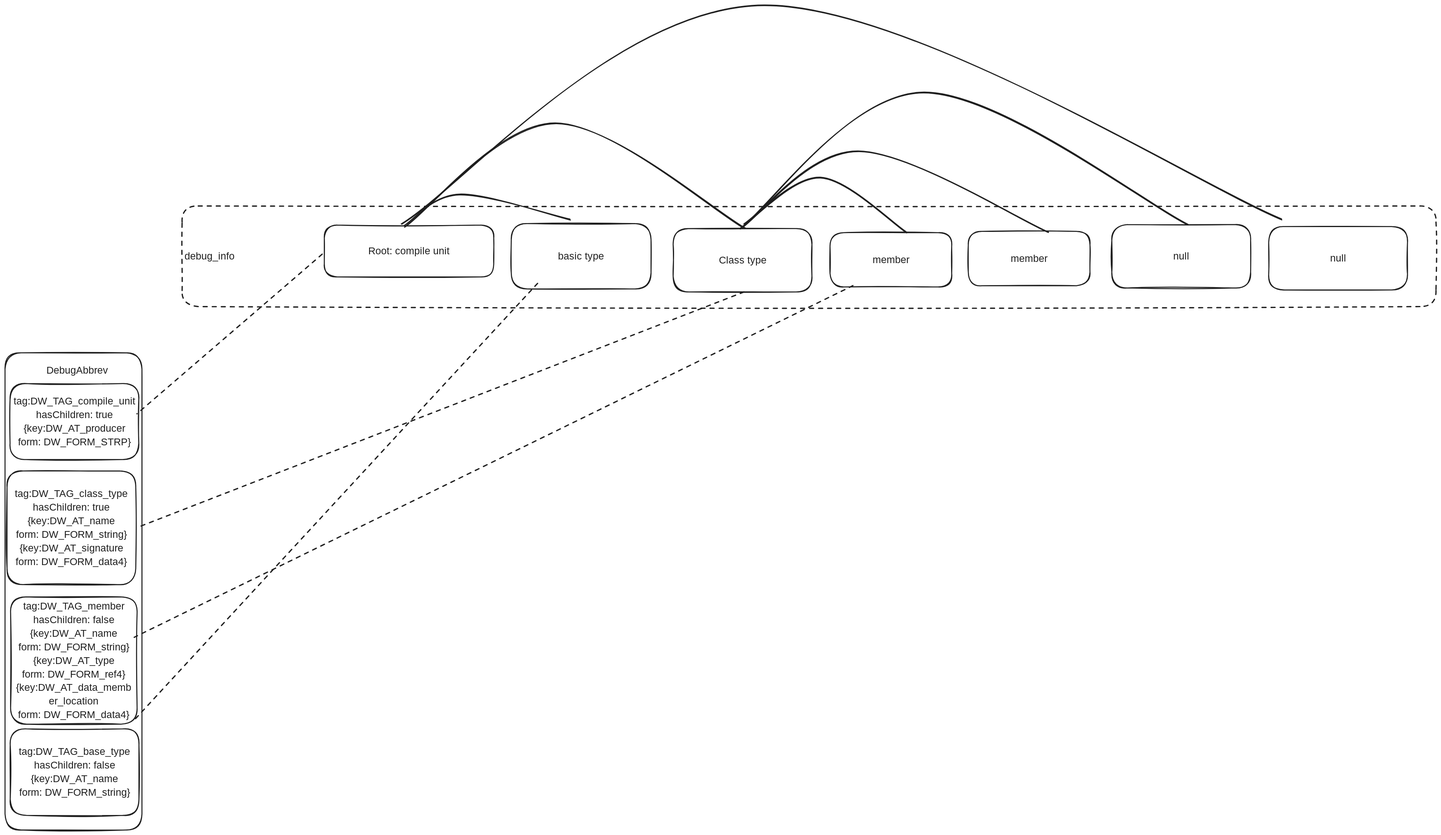
The Excalidraw diagram docs/tech/debug_symbol/debugSymbol.excalidraw.svg in wasm-ecosystem/warpo, before a commit. Source tidied: one line per element, renumbered; positions are measured from the earlier drawing's top-left corner, leaving out a move shared by most shapes.
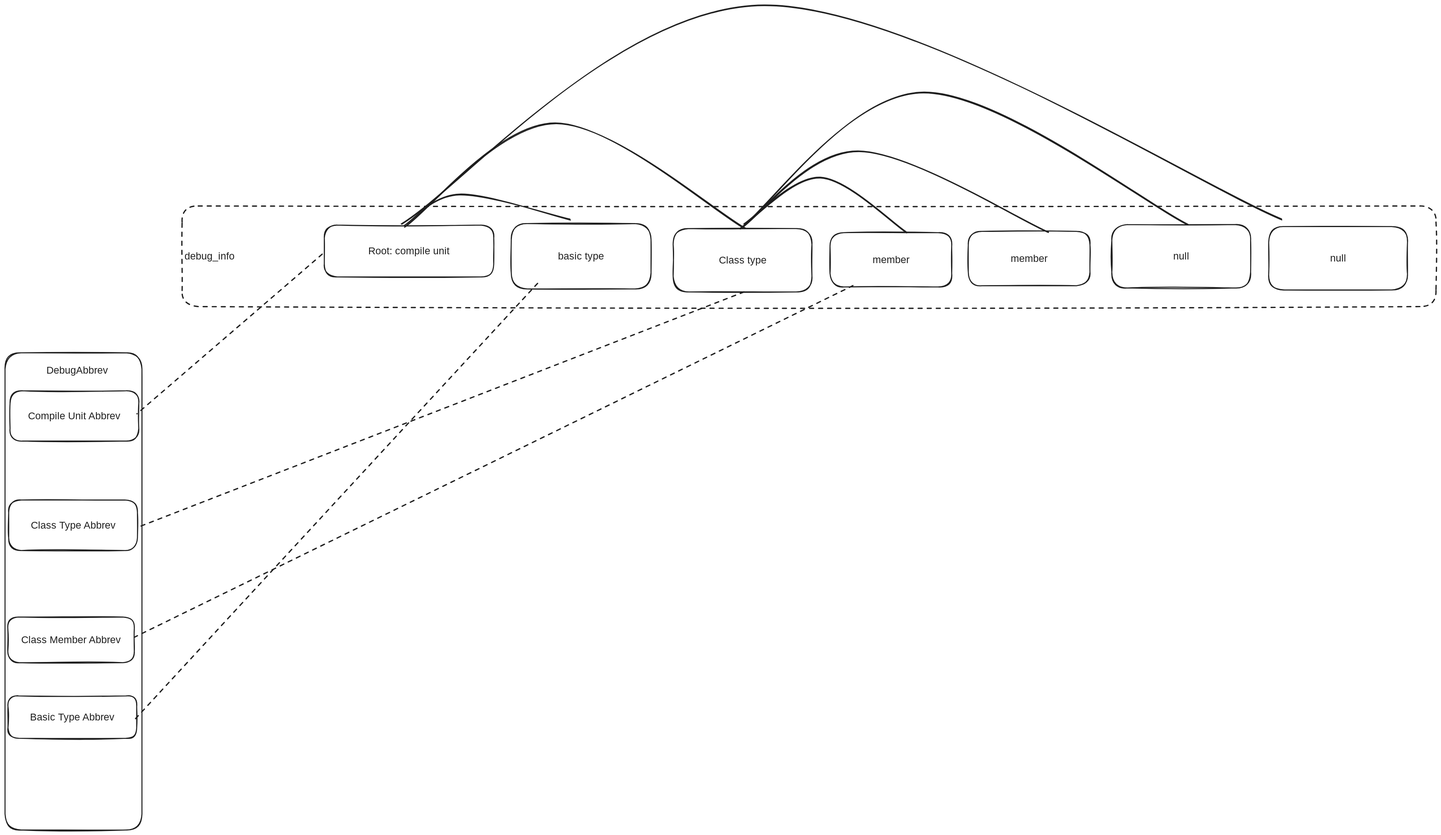
The same diagram one commit later.

Change to the diagram source:
```diff
@@ -2,17 +2,17 @@
 {"id": 1, "type": "text", "text": "Root: compile unit", "strokeColor": "#1e1e1e", "strokeWidth": 2, "roughness": 1, "fontSize": 20, "fontFamily": 6, "textAlign": "center", "verticalAlign": "middle", "inside": 0, "x": 722, "y": 475, "width": 163, "height": 27}
 {"id": 2, "type": "rectangle", "strokeColor": "#1e1e1e", "strokeWidth": 2, "roughness": 1, "round": true, "x": 0, "y": 691, "width": 272, "height": 948}
 {"id": 3, "type": "text", "text": "DebugAbbrev", "strokeColor": "#1e1e1e", "strokeWidth": 2, "roughness": 1, "fontSize": 20, "fontFamily": 6, "x": 82, "y": 712, "width": 127, "height": 27}
-{"id": 4, "type": "rectangle", "strokeColor": "#1e1e1e", "strokeWidth": 2, "roughness": 1, "round": true, "x": 10, "y": 752, "width": 256, "height": 151}
+{"id": 4, "type": "rectangle", "strokeColor": "#1e1e1e", "strokeWidth": 2, "roughness": 1, "round": true, "x": 10, "y": 766, "width": 256, "height": 100}
-{"id": 5, "type": "text", "text": "tag:DW_TAG_compile_unit\nhasChildren: true\n{key:DW_AT_producer\nform: DW_FORM_STRP}", "strokeColor": "#1e1e1e", "strokeWidth": 2, "strokeStyle": "dashed", "roughness": 1, "fontSize": 20, "fontFamily": 6, "textAlign": "center", "verticalAlign": "middle", "inside": 4, "x": 17, "y": 773, "width": 243, "height": 108}
+{"id": 5, "type": "text", "text": "Compile Unit Abbrev", "strokeColor": "#1e1e1e", "strokeWidth": 2, "strokeStyle": "dashed", "roughness": 1, "fontSize": 20, "fontFamily": 6, "textAlign": "center", "verticalAlign": "middle", "inside": 4, "x": 44, "y": 802, "width": 189, "height": 27}
 {"id": 6, "type": "line", "strokeColor": "#1e1e1e", "strokeWidth": 2, "strokeStyle": "dashed", "roughness": 1, "round": true, "x": 630, "y": 494, "width": 367, "height": 318, "points": [[0, 0], [-367, 318]]}
 {"id": 7, "type": "rectangle", "strokeColor": "#1e1e1e", "strokeWidth": 2, "strokeStyle": "dashed", "roughness": 1, "round": true, "x": 352, "y": 399, "width": 2494, "height": 200}
 {"id": 8, "type": "text", "text": "debug_info", "strokeColor": "#1e1e1e", "strokeWidth": 2, "strokeStyle": "dashed", "roughness": 1, "fontSize": 20, "fontFamily": 6, "verticalAlign": "middle", "inside": 7, "x": 357, "y": 485, "width": 101, "height": 27}
-{"id": 9, "type": "rectangle", "strokeColor": "#1e1e1e", "strokeWidth": 2, "roughness": 1, "round": true, "x": 4, "y": 925, "width": 256, "height": 226}
+{"id": 9, "type": "rectangle", "strokeColor": "#1e1e1e", "strokeWidth": 2, "roughness": 1, "round": true, "x": 7, "y": 983, "width": 256, "height": 100}
-{"id": 10, "type": "text", "text": "tag:DW_TAG_class_type\nhasChildren: true\n{key:DW_AT_name\nform: DW_FORM_string}\n{key:DW_AT_signature\nform: DW_FORM_data4}", "strokeColor": "#1e1e1e", "strokeWidth": 2, "strokeStyle": "dashed", "roughness": 1, "fontSize": 20, "fontFamily": 6, "textAlign": "center", "verticalAlign": "middle", "inside": 9, "x": 20, "y": 957, "width": 224, "height": 162}
+{"id": 10, "type": "text", "text": "Class Type Abbrev", "strokeColor": "#1e1e1e", "strokeWidth": 2, "strokeStyle": "dashed", "roughness": 1, "fontSize": 20, "fontFamily": 6, "textAlign": "center", "verticalAlign": "middle", "inside": 9, "x": 51, "y": 1020, "width": 170, "height": 27}
-{"id": 11, "type": "rectangle", "strokeColor": "#1e1e1e", "strokeWidth": 2, "roughness": 1, "round": true, "x": 11, "y": 1176, "width": 252, "height": 253}
+{"id": 11, "type": "rectangle", "strokeColor": "#1e1e1e", "strokeWidth": 2, "roughness": 1, "round": true, "x": 6, "y": 1216, "width": 252, "height": 91}
-{"id": 12, "type": "text", "text": "tag:DW_TAG_member\nhasChildren: false\n{key:DW_AT_name\nform: DW_FORM_string}\n{key:DW_AT_type\nform: DW_FORM_ref4}\n{key:DW_AT_data_memb\ner_location\nform: DW_FORM_data4}", "strokeColor": "#1e1e1e", "strokeWidth": 2, "strokeStyle": "dashed", "roughness": 1, "fontSize": 20, "fontFamily": 6, "textAlign": "center", "verticalAlign": "middle", "inside": 11, "x": 22, "y": 1181, "width": 229, "height": 243}
+{"id": 12, "type": "text", "text": "Class Member Abbrev", "strokeColor": "#1e1e1e", "strokeWidth": 2, "strokeStyle": "dashed", "roughness": 1, "fontSize": 20, "fontFamily": 6, "textAlign": "center", "verticalAlign": "middle", "inside": 11, "x": 31, "y": 1248, "width": 201, "height": 27}
-{"id": 13, "type": "rectangle", "strokeColor": "#1e1e1e", "strokeWidth": 2, "roughness": 1, "round": true, "x": 10, "y": 1438, "width": 256, "height": 172}
+{"id": 13, "type": "rectangle", "strokeColor": "#1e1e1e", "strokeWidth": 2, "roughness": 1, "round": true, "x": 6, "y": 1373, "width": 256, "height": 84}
-{"id": 14, "type": "text", "text": "tag:DW_TAG_base_type\nhasChildren: false\n{key:DW_AT_name\nform: DW_FORM_string}", "strokeColor": "#1e1e1e", "strokeWidth": 2, "strokeStyle": "dashed", "roughness": 1, "fontSize": 20, "fontFamily": 6, "textAlign": "center", "verticalAlign": "middle", "inside": 13, "x": 26, "y": 1470, "width": 224, "height": 108}
+{"id": 14, "type": "text", "text": "Basic Type Abbrev", "strokeColor": "#1e1e1e", "strokeWidth": 2, "strokeStyle": "dashed", "roughness": 1, "fontSize": 20, "fontFamily": 6, "textAlign": "center", "verticalAlign": "middle", "inside": 13, "x": 50, "y": 1401, "width": 168, "height": 27}
 {"id": 15, "type": "rectangle", "strokeColor": "#1e1e1e", "strokeWidth": 2, "roughness": 1, "round": true, "x": 1329, "y": 444, "width": 276, "height": 126}
 {"id": 16, "type": "text", "text": "Class type", "strokeColor": "#1e1e1e", "strokeWidth": 2, "roughness": 1, "fontSize": 20, "fontFamily": 6, "textAlign": "center", "verticalAlign": "middle", "inside": 15, "x": 1419, "y": 493, "width": 95, "height": 27}
 {"id": 17, "type": "rectangle", "strokeColor": "#1e1e1e", "strokeWidth": 2, "roughness": 1, "round": true, "x": 2513, "y": 440, "width": 276, "height": 126}
```
